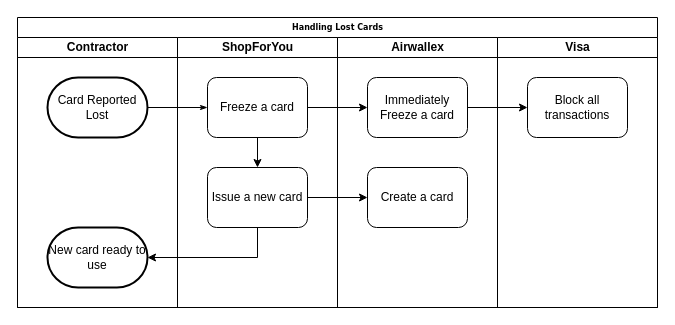
Above: Handling Lost Card.drawio in eddie-chiang/draw.io-diagrams (draw.io), before the change. Source tidied: cells renumbered, new cells numbered last; positions are measured from the earlier drawing's top-left corner, leaving out a move shared by most shapes. Both pictures are drawn from the tidied source at 100%, with x=0, y=0 at pixel (17, 17).
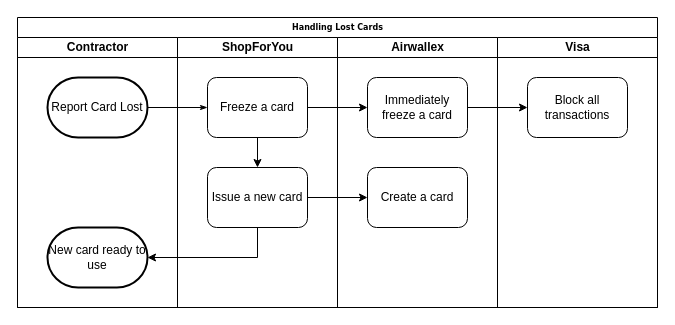
Above is the later version.

Change to the diagram source:
```diff
@@
 <mxGraphModel>
   <root>
     <mxCell id="0" />
     <mxCell id="1" parent="0" />
     <mxCell id="2" value="Handling Lost Cards" style="swimlane;html=1;startSize=20;rounded=0;shadow=0;labelBackgroundColor=none;strokeWidth=1;fontFamily=Verdana;fontSize=8;align=center;" parent="1" vertex="1">
       <mxGeometry width="640" height="290" as="geometry" />
     </mxCell>
     <mxCell id="3" value="Contractor" style="swimlane;html=1;startSize=20;" parent="2" vertex="1">
       <mxGeometry y="20" width="160" height="270" as="geometry" />
     </mxCell>
-    <mxCell id="4" value="Card Reported Lost" style="strokeWidth=2;html=1;shape=mxgraph.flowchart.terminator;whiteSpace=wrap;" parent="3" vertex="1">
+    <mxCell id="4" value="Report Card Lost" style="strokeWidth=2;html=1;shape=mxgraph.flowchart.terminator;whiteSpace=wrap;" parent="3" vertex="1">
       <mxGeometry x="30" y="40" width="100" height="60" as="geometry" />
     </mxCell>
     <mxCell id="5" value="New card ready to use" style="strokeWidth=2;html=1;shape=mxgraph.flowchart.terminator;whiteSpace=wrap;" parent="3" vertex="1">
       <mxGeometry x="30" y="190" width="100" height="60" as="geometry" />
     </mxCell>
     <mxCell id="6" style="edgeStyle=orthogonalEdgeStyle;rounded=1;html=1;labelBackgroundColor=none;startArrow=none;startFill=0;startSize=5;endArrow=classicThin;endFill=1;endSize=5;jettySize=auto;strokeWidth=1;fontFamily=Verdana;fontSize=8;exitX=1;exitY=0.5;exitDx=0;exitDy=0;exitPerimeter=0;" parent="2" edge="1" source="4" target="9">
       <mxGeometry relative="1" as="geometry" />
     </mxCell>
     <mxCell id="7" value="ShopForYou" style="swimlane;html=1;startSize=20;" parent="2" vertex="1">
       <mxGeometry x="160" y="20" width="160" height="270" as="geometry" />
     </mxCell>
     <mxCell id="8" style="edgeStyle=orthogonalEdgeStyle;rounded=0;jettySize=auto;html=1;" parent="7" edge="1" source="9" target="10">
       <mxGeometry relative="1" as="geometry" />
     </mxCell>
     <mxCell id="9" value="&lt;font style=&quot;font-size: 12px;&quot; face=&quot;Helvetica&quot;&gt;Freeze a card&lt;/font&gt;" style="rounded=1;whiteSpace=wrap;html=1;shadow=0;labelBackgroundColor=none;strokeWidth=1;fontFamily=Verdana;fontSize=8;align=center;" parent="7" vertex="1">
       <mxGeometry x="30" y="40" width="100" height="60" as="geometry" />
     </mxCell>
     <mxCell id="10" value="&lt;font face=&quot;Helvetica&quot;&gt;&lt;span style=&quot;font-size: 12px;&quot;&gt;Issue a new card&lt;/span&gt;&lt;/font&gt;" style="rounded=1;whiteSpace=wrap;html=1;shadow=0;labelBackgroundColor=none;strokeWidth=1;fontFamily=Verdana;fontSize=8;align=center;" parent="7" vertex="1">
       <mxGeometry x="30" y="130" width="100" height="60" as="geometry" />
     </mxCell>
     <mxCell id="11" value="Airwallex" style="swimlane;html=1;startSize=20;" parent="2" vertex="1">
       <mxGeometry x="320" y="20" width="160" height="270" as="geometry" />
     </mxCell>
-    <mxCell id="12" value="&lt;font style=&quot;font-size: 12px;&quot; face=&quot;Helvetica&quot;&gt;Immediately Freeze a card&lt;/font&gt;" style="rounded=1;whiteSpace=wrap;html=1;shadow=0;labelBackgroundColor=none;strokeWidth=1;fontFamily=Verdana;fontSize=8;align=center;" parent="11" vertex="1">
+    <mxCell id="12" value="&lt;font style=&quot;font-size: 12px;&quot; face=&quot;Helvetica&quot;&gt;Immediately freeze a card&lt;/font&gt;" style="rounded=1;whiteSpace=wrap;html=1;shadow=0;labelBackgroundColor=none;strokeWidth=1;fontFamily=Verdana;fontSize=8;align=center;" parent="11" vertex="1">
       <mxGeometry x="30" y="40" width="100" height="60" as="geometry" />
     </mxCell>
     <mxCell id="13" value="&lt;font face=&quot;Helvetica&quot;&gt;&lt;span style=&quot;font-size: 12px;&quot;&gt;Create a card&lt;/span&gt;&lt;/font&gt;" style="rounded=1;whiteSpace=wrap;html=1;shadow=0;labelBackgroundColor=none;strokeWidth=1;fontFamily=Verdana;fontSize=8;align=center;" parent="11" vertex="1">
       <mxGeometry x="30" y="130" width="100" height="60" as="geometry" />
     </mxCell>
     <mxCell id="14" value="Visa" style="swimlane;html=1;startSize=20;" parent="2" vertex="1">
       <mxGeometry x="480" y="20" width="160" height="270" as="geometry" />
     </mxCell>
     <mxCell id="15" value="&lt;font style=&quot;font-size: 12px;&quot; face=&quot;Helvetica&quot;&gt;Block all transactions&lt;/font&gt;" style="rounded=1;whiteSpace=wrap;html=1;shadow=0;labelBackgroundColor=none;strokeWidth=1;fontFamily=Verdana;fontSize=8;align=center;" parent="14" vertex="1">
       <mxGeometry x="30" y="40" width="100" height="60" as="geometry" />
     </mxCell>
     <mxCell id="16" style="edgeStyle=orthogonalEdgeStyle;rounded=0;jettySize=auto;html=1;" parent="2" edge="1" source="9" target="12">
       <mxGeometry relative="1" as="geometry" />
     </mxCell>
     <mxCell id="17" style="edgeStyle=orthogonalEdgeStyle;rounded=0;jettySize=auto;html=1;" parent="2" edge="1" source="12" target="15">
       <mxGeometry relative="1" as="geometry" />
     </mxCell>
     <mxCell id="18" style="edgeStyle=orthogonalEdgeStyle;rounded=0;jettySize=auto;html=1;" parent="2" edge="1" source="10" target="13">
       <mxGeometry relative="1" as="geometry" />
     </mxCell>
     <mxCell id="19" style="edgeStyle=orthogonalEdgeStyle;rounded=0;jettySize=auto;html=1;exitX=0.5;exitY=1;exitDx=0;exitDy=0;entryX=1;entryY=0.5;entryDx=0;entryDy=0;entryPerimeter=0;" parent="2" edge="1" source="10" target="5">
       <mxGeometry relative="1" as="geometry" />
     </mxCell>
   </root>
 </mxGraphModel>
```
